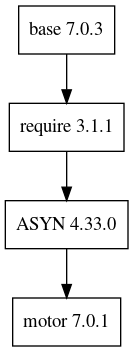
Above: docs/motor.png in icshwi/e3-motor (Graphviz), before the change. Its source is kept beside it as docs/motor.gv.
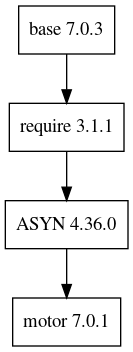
The same file after the commit.

Commit message:
asyn 4.36 integration

Diff of the diagram source:
```diff
@@ -2,7 +2,7 @@
 node [shape=record];
 base [label="base 7.0.3"]
 require [label="require 3.1.1"]
-ASYN [label="ASYN 4.33.0"]
+ASYN [label="ASYN 4.36.0"]
 motor [label="motor 7.0.1"]
 base -> require -> { ASYN } ->  {  motor  }
 }
```
